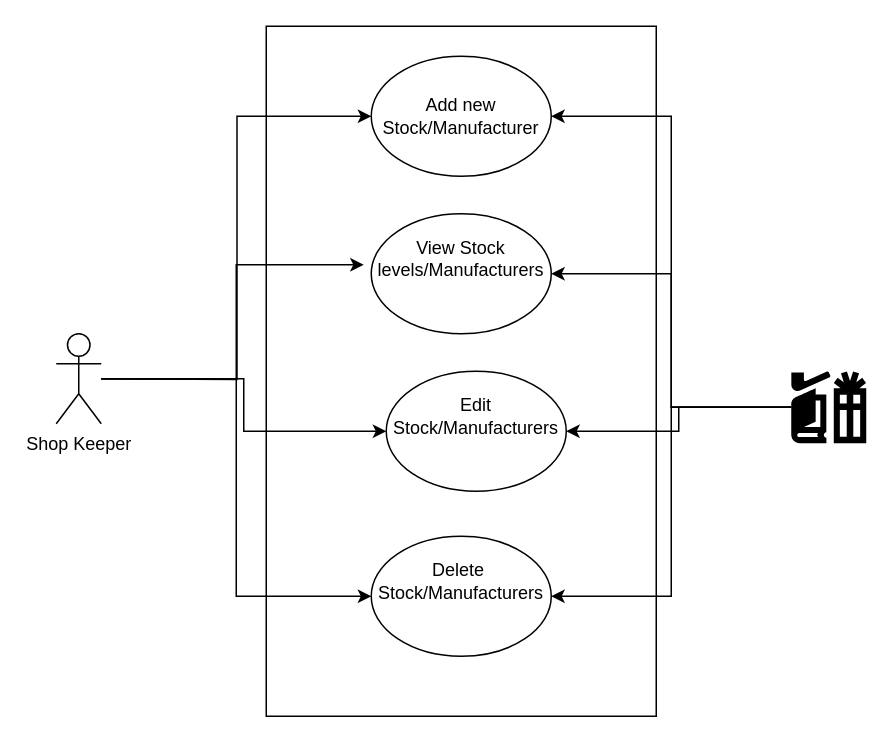
Before: Usecase.drawio in Maskonk/Book-Inventory-Management-System, a draw.io diagram. Source tidied: cells renumbered, new cells numbered last; positions are measured from the earlier drawing's top-left corner, leaving out a move shared by most shapes. Both pictures are drawn from the tidied source at 150%, with x=0, y=0 at pixel (56, 26).
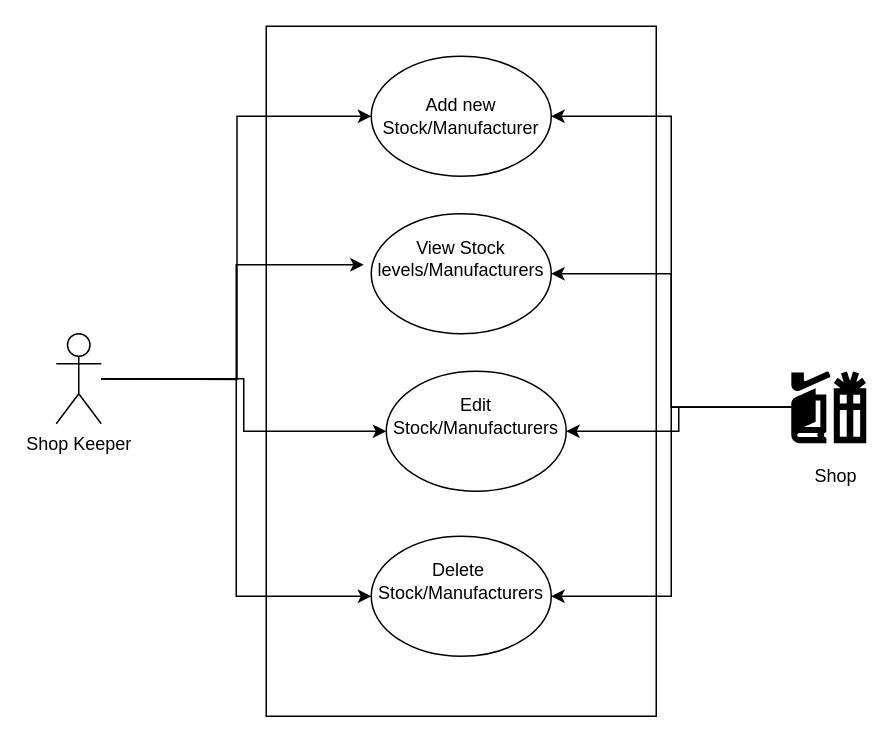
The same diagram, later.

Commit message:
Finished usecase

Change to the diagram source:
```diff
@@
+    <mxCell id="25" value="Shop" style="text;html=1;strokeColor=none;fillColor=none;align=center;verticalAlign=middle;whiteSpace=wrap;rounded=0;" parent="1" vertex="1">
+      <mxGeometry x="500" y="290" width="40" height="20" as="geometry" />
+    </mxCell>
```
